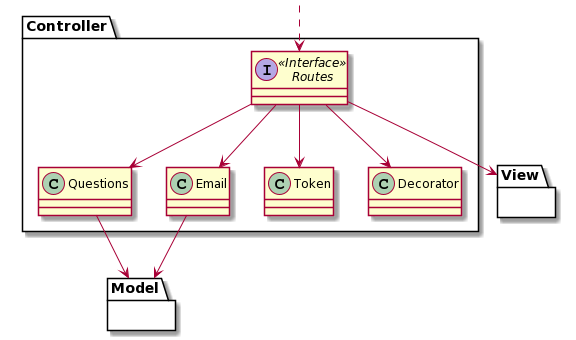
The PlantUML diagram docs/diagrams/Controller.png in Orbital-Knewbie/Knewbie, before a commit. Its diagram source:
```plantuml
@startuml
package Controller {
Class Questions
Class Email
Class Token
Class Decorator
Interface Routes <<Interface>>
}

package Model{
}

package View{
}

Class HiddenOutside #FFFFFF
HiddenOutside ..> Routes

Routes --> Questions
Routes --> Email
Routes --> Token
Routes --> Decorator
Questions --> Model
Email --> Model
Routes --> View
@enduml
```
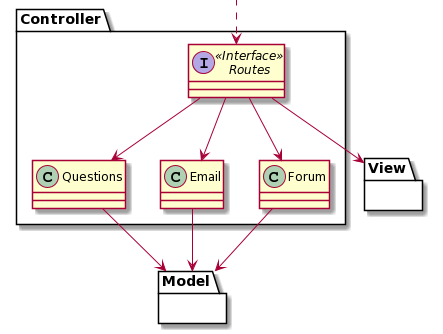
After the commit.

Diff of the diagram source:
```diff
@@ -2,8 +2,7 @@
 package Controller {
 Class Questions
 Class Email
-Class Token
-Class Decorator
+Class Forum
 Interface Routes <<Interface>>
 }
 
@@ -18,9 +17,9 @@
 
 Routes --> Questions
 Routes --> Email
-Routes --> Token
-Routes --> Decorator
+Routes --> Forum
 Questions --> Model
 Email --> Model
+Forum --> Model
 Routes --> View
 @enduml
```
